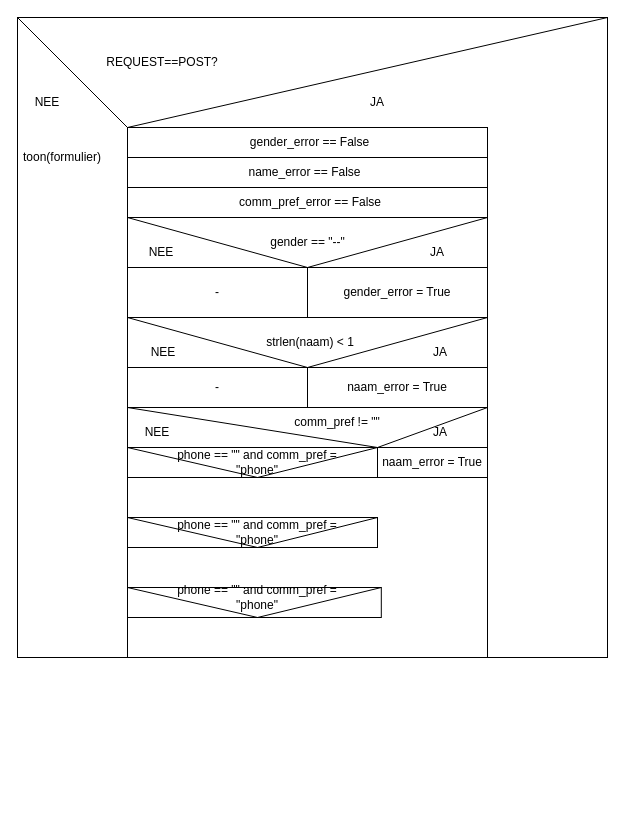
Earlier version of the draw.io diagram formpsd.drawio (JeroenHeemskerk/educom-webshop-basis-1712050575). Source tidied: cells renumbered, new cells numbered last; positions are measured from the earlier drawing's top-left corner, leaving out a move shared by most shapes. Both pictures are drawn from the tidied source at 100%, with x=0, y=0 at pixel (17, 17).
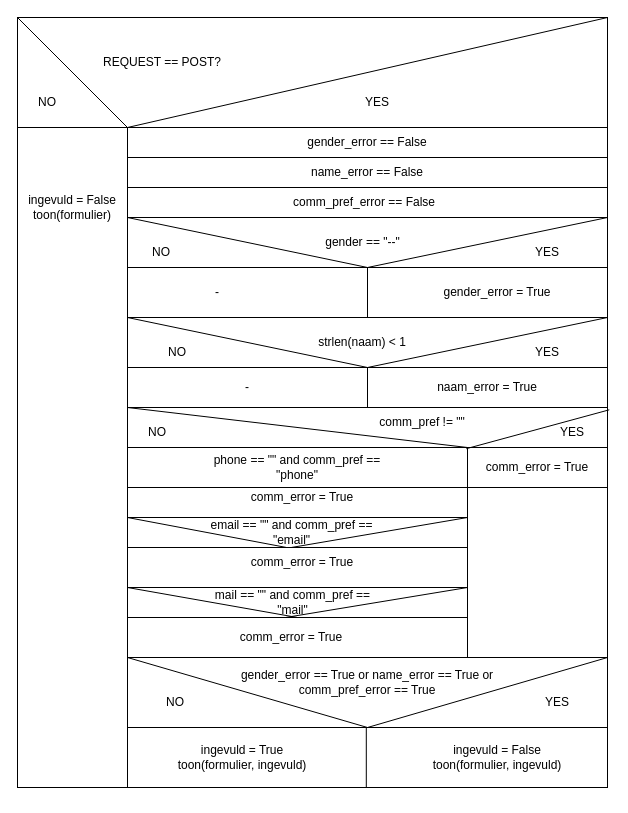
Above is the later version.

Commit message:
03: opdr 1.3A 04; psd eerste versie

Unchanged cells that the change refers to:
```xml
<mxCell id="2" style="rounded=0;whiteSpace=wrap;html=1;" parent="1" vertex="1">
  <mxGeometry width="590" height="640" as="geometry" />
</mxCell>
```

Diff of the diagram source:
```diff
@@
-    <mxCell id="4" value="REQUEST==POST?" style="text;html=1;strokeColor=none;fillColor=none;align=center;verticalAlign=middle;whiteSpace=wrap;rounded=0;" parent="1" vertex="1">
+    <mxCell id="4" value="REQUEST == POST?" style="text;html=1;strokeColor=none;fillColor=none;align=center;verticalAlign=middle;whiteSpace=wrap;rounded=0;" parent="1" vertex="1">
       <mxGeometry x="50" y="30" width="190" height="30" as="geometry" />
     </mxCell>
-    <mxCell id="5" value="toon(formulier)" style="text;html=1;strokeColor=none;fillColor=none;align=center;verticalAlign=middle;whiteSpace=wrap;rounded=0;" parent="1" vertex="1">
-      <mxGeometry x="10" y="120" width="70" height="40" as="geometry" />
-    </mxCell>
-    <mxCell id="6" value="NEE" style="text;html=1;strokeColor=none;fillColor=none;align=center;verticalAlign=middle;whiteSpace=wrap;rounded=0;" parent="1" vertex="1">
+    <mxCell id="6" value="NO" style="text;html=1;strokeColor=none;fillColor=none;align=center;verticalAlign=middle;whiteSpace=wrap;rounded=0;" parent="1" vertex="1">
       <mxGeometry y="70" width="60" height="30" as="geometry" />
     </mxCell>
-    <mxCell id="7" value="JA" style="text;html=1;strokeColor=none;fillColor=none;align=center;verticalAlign=middle;whiteSpace=wrap;rounded=0;" parent="1" vertex="1">
+    <mxCell id="7" value="YES" style="text;html=1;strokeColor=none;fillColor=none;align=center;verticalAlign=middle;whiteSpace=wrap;rounded=0;" parent="1" vertex="1">
       <mxGeometry x="330" y="70" width="60" height="30" as="geometry" />
     </mxCell>
-    <mxCell id="8" style="rounded=0;whiteSpace=wrap;html=1;" parent="1" vertex="1">
-      <mxGeometry x="110" y="110" width="360" height="530" as="geometry" />
-    </mxCell>
     <mxCell id="9" style="rounded=0;whiteSpace=wrap;html=1;" parent="1" vertex="1">
-      <mxGeometry x="110" y="110" width="360" height="30" as="geometry" />
+      <mxGeometry x="110" y="110" width="480" height="30" as="geometry" />
     </mxCell>
     <mxCell id="10" value="gender_error == False" style="text;html=1;strokeColor=none;fillColor=none;align=center;verticalAlign=middle;whiteSpace=wrap;rounded=0;" parent="1" vertex="1">
-      <mxGeometry x="115" y="110" width="355" height="30" as="geometry" />
+      <mxGeometry x="110" y="110" width="480" height="30" as="geometry" />
     </mxCell>
     <mxCell id="11" style="rounded=0;whiteSpace=wrap;html=1;" parent="1" vertex="1">
-      <mxGeometry x="110" y="140" width="360" height="30" as="geometry" />
+      <mxGeometry x="110" y="140" width="480" height="30" as="geometry" />
     </mxCell>
-    <mxCell id="12" style="rounded=0;whiteSpace=wrap;html=1;" parent="1" vertex="1">
-      <mxGeometry x="110" y="170" width="360" height="30" as="geometry" />
-    </mxCell>
     <mxCell id="13" value="comm_pref_error == False" style="text;html=1;strokeColor=none;fillColor=none;align=center;verticalAlign=middle;whiteSpace=wrap;rounded=0;" parent="1" vertex="1">
-      <mxGeometry x="113.8" y="170" width="357.5" height="30" as="geometry" />
+      <mxGeometry x="203.8" y="170" width="286.2" height="30" as="geometry" />
     </mxCell>
     <mxCell id="14" value="name_error == False" style="text;html=1;strokeColor=none;fillColor=none;align=center;verticalAlign=middle;whiteSpace=wrap;rounded=0;" parent="1" vertex="1">
-      <mxGeometry x="110" y="140" width="355" height="30" as="geometry" />
+      <mxGeometry x="210" y="140" width="280" height="30" as="geometry" />
     </mxCell>
     <mxCell id="15" style="rounded=0;whiteSpace=wrap;html=1;" parent="1" vertex="1">
-      <mxGeometry x="110" y="200" width="360" height="50" as="geometry" />
+      <mxGeometry x="110" y="200" width="480" height="50" as="geometry" />
     </mxCell>
@@
     <mxCell id="18" value="gender == &quot;--&quot;" style="text;html=1;strokeColor=none;fillColor=none;align=center;verticalAlign=middle;whiteSpace=wrap;rounded=0;" parent="1" vertex="1">
-      <mxGeometry x="247.5" y="210" width="85" height="30" as="geometry" />
+      <mxGeometry x="302.5" y="210" width="85" height="30" as="geometry" />
     </mxCell>
-    <mxCell id="19" value="NEE" style="text;html=1;strokeColor=none;fillColor=none;align=center;verticalAlign=middle;whiteSpace=wrap;rounded=0;" parent="1" vertex="1">
+    <mxCell id="19" value="NO" style="text;html=1;strokeColor=none;fillColor=none;align=center;verticalAlign=middle;whiteSpace=wrap;rounded=0;" parent="1" vertex="1">
       <mxGeometry x="113.8" y="220" width="60" height="30" as="geometry" />
     </mxCell>
-    <mxCell id="20" value="JA" style="text;html=1;strokeColor=none;fillColor=none;align=center;verticalAlign=middle;whiteSpace=wrap;rounded=0;" parent="1" vertex="1">
-      <mxGeometry x="390" y="220" width="60" height="30" as="geometry" />
+    <mxCell id="20" value="YES" style="text;html=1;strokeColor=none;fillColor=none;align=center;verticalAlign=middle;whiteSpace=wrap;rounded=0;" parent="1" vertex="1">
+      <mxGeometry x="500" y="220" width="60" height="30" as="geometry" />
     </mxCell>
     <mxCell id="21" style="rounded=0;whiteSpace=wrap;html=1;" parent="1" vertex="1">
-      <mxGeometry x="110" y="300" width="360" height="50" as="geometry" />
+      <mxGeometry x="110" y="300" width="480" height="50" as="geometry" />
     </mxCell>
@@
     <mxCell id="24" value="strlen(naam) &amp;lt; 1" style="text;html=1;strokeColor=none;fillColor=none;align=center;verticalAlign=middle;whiteSpace=wrap;rounded=0;" parent="1" vertex="1">
-      <mxGeometry x="247.5" y="310" width="90" height="30" as="geometry" />
+      <mxGeometry x="300" y="310" width="90" height="30" as="geometry" />
     </mxCell>
-    <mxCell id="25" value="NEE" style="text;html=1;strokeColor=none;fillColor=none;align=center;verticalAlign=middle;whiteSpace=wrap;rounded=0;" parent="1" vertex="1">
-      <mxGeometry x="116.2" y="320" width="60" height="30" as="geometry" />
+    <mxCell id="25" value="NO" style="text;html=1;strokeColor=none;fillColor=none;align=center;verticalAlign=middle;whiteSpace=wrap;rounded=0;" parent="1" vertex="1">
+      <mxGeometry x="130" y="320" width="60" height="30" as="geometry" />
     </mxCell>
-    <mxCell id="26" value="JA" style="text;html=1;strokeColor=none;fillColor=none;align=center;verticalAlign=middle;whiteSpace=wrap;rounded=0;" parent="1" vertex="1">
-      <mxGeometry x="392.5" y="320" width="60" height="30" as="geometry" />
+    <mxCell id="26" value="YES" style="text;html=1;strokeColor=none;fillColor=none;align=center;verticalAlign=middle;whiteSpace=wrap;rounded=0;" parent="1" vertex="1">
+      <mxGeometry x="500" y="320" width="60" height="30" as="geometry" />
     </mxCell>
     <mxCell id="27" style="rounded=0;whiteSpace=wrap;html=1;" parent="1" vertex="1">
-      <mxGeometry x="110" y="250" width="180" height="50" as="geometry" />
+      <mxGeometry x="110" y="250" width="240" height="50" as="geometry" />
     </mxCell>
@@
     <mxCell id="29" value="gender_error = True" style="text;html=1;strokeColor=none;fillColor=none;align=center;verticalAlign=middle;whiteSpace=wrap;rounded=0;" parent="1" vertex="1">
-      <mxGeometry x="320" y="260" width="120" height="30" as="geometry" />
+      <mxGeometry x="420" y="260" width="120" height="30" as="geometry" />
     </mxCell>
     <mxCell id="30" value="-" style="rounded=0;whiteSpace=wrap;html=1;" parent="1" vertex="1">
-      <mxGeometry x="110" y="350" width="180" height="40" as="geometry" />
+      <mxGeometry x="110" y="350" width="240" height="40" as="geometry" />
     </mxCell>
     <mxCell id="31" style="rounded=0;whiteSpace=wrap;html=1;" parent="1" vertex="1">
-      <mxGeometry x="290" y="350" width="180" height="40" as="geometry" />
+      <mxGeometry x="350" y="350" width="240" height="40" as="geometry" />
     </mxCell>
     <mxCell id="32" value="naam_error = True" style="text;html=1;strokeColor=none;fillColor=none;align=center;verticalAlign=middle;whiteSpace=wrap;rounded=0;" parent="1" vertex="1">
-      <mxGeometry x="320" y="355" width="120" height="30" as="geometry" />
+      <mxGeometry x="410" y="355" width="120" height="30" as="geometry" />
     </mxCell>
     <mxCell id="33" value="comm_pref != &quot;&quot;" style="text;html=1;strokeColor=none;fillColor=none;align=center;verticalAlign=middle;whiteSpace=wrap;rounded=0;" parent="1" vertex="1">
-      <mxGeometry x="275" y="390" width="90" height="30" as="geometry" />
+      <mxGeometry x="360" y="390" width="90" height="30" as="geometry" />
     </mxCell>
-    <mxCell id="34" value="NEE" style="text;html=1;strokeColor=none;fillColor=none;align=center;verticalAlign=middle;whiteSpace=wrap;rounded=0;" parent="1" vertex="1">
+    <mxCell id="34" value="NO" style="text;html=1;strokeColor=none;fillColor=none;align=center;verticalAlign=middle;whiteSpace=wrap;rounded=0;" parent="1" vertex="1">
       <mxGeometry x="110" y="400" width="60" height="30" as="geometry" />
     </mxCell>
-    <mxCell id="35" value="JA" style="text;html=1;strokeColor=none;fillColor=none;align=center;verticalAlign=middle;whiteSpace=wrap;rounded=0;" parent="1" vertex="1">
-      <mxGeometry x="392.5" y="400" width="60" height="30" as="geometry" />
+    <mxCell id="35" value="YES" style="text;html=1;strokeColor=none;fillColor=none;align=center;verticalAlign=middle;whiteSpace=wrap;rounded=0;" parent="1" vertex="1">
+      <mxGeometry x="525" y="400" width="60" height="30" as="geometry" />
     </mxCell>
@@
     <mxCell id="37" style="rounded=0;whiteSpace=wrap;html=1;" parent="1" vertex="1">
-      <mxGeometry x="360" y="430" width="110" height="30" as="geometry" />
+      <mxGeometry x="450" y="430" width="140" height="40" as="geometry" />
     </mxCell>
-    <mxCell id="38" value="naam_error = True" style="text;html=1;strokeColor=none;fillColor=none;align=center;verticalAlign=middle;whiteSpace=wrap;rounded=0;" parent="1" vertex="1">
-      <mxGeometry x="360" y="430" width="110" height="30" as="geometry" />
-    </mxCell>
-    <mxCell id="39" style="endArrow=none;html=1;rounded=0;entryX=0;entryY=0;entryDx=0;entryDy=0;exitX=1;exitY=1;exitDx=0;exitDy=0;" parent="1" edge="1" source="31" target="38">
-      <mxGeometry relative="1" as="geometry" />
-    </mxCell>
-    <mxCell id="40" style="endArrow=none;html=1;rounded=0;entryX=0;entryY=0;entryDx=0;entryDy=0;exitX=0;exitY=1;exitDx=0;exitDy=0;" parent="1" edge="1" source="30" target="38">
-      <mxGeometry relative="1" as="geometry" />
-    </mxCell>
     <mxCell id="41" style="rounded=0;whiteSpace=wrap;html=1;" parent="1" vertex="1">
-      <mxGeometry x="110" y="430" width="250" height="30" as="geometry" />
+      <mxGeometry x="110" y="430" width="340" height="40" as="geometry" />
     </mxCell>
-    <mxCell id="42" value="phone == &quot;&quot; and comm_pref = &quot;phone&quot;" style="text;html=1;strokeColor=none;fillColor=none;align=center;verticalAlign=middle;whiteSpace=wrap;rounded=0;" parent="1" vertex="1">
-      <mxGeometry x="140" y="430" width="200" height="30" as="geometry" />
+    <mxCell id="42" value="phone == &quot;&quot; and comm_pref == &quot;phone&quot;" style="text;html=1;strokeColor=none;fillColor=none;align=center;verticalAlign=middle;whiteSpace=wrap;rounded=0;" parent="1" vertex="1">
+      <mxGeometry x="180" y="435" width="200" height="30" as="geometry" />
     </mxCell>
-    <mxCell id="43" style="endArrow=none;html=1;rounded=0;entryX=0.5;entryY=1;entryDx=0;entryDy=0;exitX=0;exitY=0;exitDx=0;exitDy=0;" parent="1" edge="1" source="41" target="42">
-      <mxGeometry relative="1" as="geometry" />
-    </mxCell>
-    <mxCell id="44" style="endArrow=none;html=1;rounded=0;entryX=1;entryY=0;entryDx=0;entryDy=0;exitX=0.5;exitY=1;exitDx=0;exitDy=0;" parent="1" edge="1" source="42" target="41">
-      <mxGeometry relative="1" as="geometry" />
-    </mxCell>
     <mxCell id="45" style="rounded=0;whiteSpace=wrap;html=1;" parent="1" vertex="1">
-      <mxGeometry x="110" y="500" width="250" height="30" as="geometry" />
+      <mxGeometry x="110" y="500" width="340" height="30" as="geometry" />
     </mxCell>
-    <mxCell id="46" value="phone == &quot;&quot; and comm_pref = &quot;phone&quot;" style="text;html=1;strokeColor=none;fillColor=none;align=center;verticalAlign=middle;whiteSpace=wrap;rounded=0;" parent="1" vertex="1">
-      <mxGeometry x="140" y="500" width="200" height="30" as="geometry" />
+    <mxCell id="46" value="email == &quot;&quot; and comm_pref == &quot;email&quot;" style="text;html=1;strokeColor=none;fillColor=none;align=center;verticalAlign=middle;whiteSpace=wrap;rounded=0;" parent="1" vertex="1">
+      <mxGeometry x="187.5" y="500" width="172.5" height="30" as="geometry" />
     </mxCell>
-    <mxCell id="47" style="endArrow=none;html=1;rounded=0;exitX=0;exitY=0;exitDx=0;exitDy=0;" parent="1" edge="1" source="45">
-      <mxGeometry relative="1" as="geometry">
-        <mxPoint x="240" y="530" as="targetPoint" />
-      </mxGeometry>
+    <mxCell id="47" style="endArrow=none;html=1;rounded=0;exitX=0;exitY=0;exitDx=0;exitDy=0;entryX=0.473;entryY=1;entryDx=0;entryDy=0;entryPerimeter=0;" parent="1" edge="1" source="45" target="46">
+      <mxGeometry relative="1" as="geometry" />
     </mxCell>
     <mxCell id="48" style="rounded=0;whiteSpace=wrap;html=1;" parent="1" vertex="1">
-      <mxGeometry x="110" y="570" width="253.8" height="30" as="geometry" />
+      <mxGeometry x="110" y="570" width="340" height="30" as="geometry" />
     </mxCell>
-    <mxCell id="49" value="phone == &quot;&quot; and comm_pref = &quot;phone&quot;" style="text;html=1;strokeColor=none;fillColor=none;align=center;verticalAlign=middle;whiteSpace=wrap;rounded=0;" parent="1" vertex="1">
-      <mxGeometry x="140" y="560" width="200" height="40" as="geometry" />
+    <mxCell id="49" value="mail == &quot;&quot; and comm_pref == &quot;mail&quot;" style="text;html=1;strokeColor=none;fillColor=none;align=center;verticalAlign=middle;whiteSpace=wrap;rounded=0;" parent="1" vertex="1">
+      <mxGeometry x="193" y="565" width="165" height="40" as="geometry" />
     </mxCell>
-    <mxCell id="50" style="endArrow=none;html=1;rounded=0;entryX=0.5;entryY=1;entryDx=0;entryDy=0;exitX=0;exitY=0;exitDx=0;exitDy=0;" parent="1" edge="1" source="48" target="49">
-      <mxGeometry relative="1" as="geometry" />
+    <mxCell id="50" style="endArrow=none;html=1;rounded=0;exitX=0;exitY=0;exitDx=0;exitDy=0;" parent="1" edge="1" source="48">
+      <mxGeometry relative="1" as="geometry">
+        <mxPoint x="280" y="600" as="targetPoint" />
+      </mxGeometry>
     </mxCell>
-    <mxCell id="51" style="endArrow=none;html=1;rounded=0;entryX=1;entryY=0;entryDx=0;entryDy=0;" parent="1" edge="1" target="45">
-      <mxGeometry relative="1" as="geometry">
-        <mxPoint x="240" y="530" as="sourcePoint" />
-      </mxGeometry>
+    <mxCell id="51" style="endArrow=none;html=1;rounded=0;entryX=1;entryY=0;entryDx=0;entryDy=0;exitX=0.5;exitY=1;exitDx=0;exitDy=0;" parent="1" edge="1" source="46" target="45">
+      <mxGeometry relative="1" as="geometry" />
     </mxCell>
-    <mxCell id="52" style="endArrow=none;html=1;rounded=0;entryX=1;entryY=0;entryDx=0;entryDy=0;exitX=0.5;exitY=1;exitDx=0;exitDy=0;" parent="1" edge="1" source="49" target="48">
-      <mxGeometry relative="1" as="geometry" />
+    <mxCell id="52" style="endArrow=none;html=1;rounded=0;entryX=1;entryY=0;entryDx=0;entryDy=0;" parent="1" edge="1" target="48">
+      <mxGeometry relative="1" as="geometry">
+        <mxPoint x="268" y="600" as="sourcePoint" />
+      </mxGeometry>
     </mxCell>
+    <mxCell id="53" style="edgeStyle=none;rounded=0;html=1;exitX=0.5;exitY=1;exitDx=0;exitDy=0;" parent="1" edge="1" source="54">
+      <mxGeometry relative="1" as="geometry">
+        <mxPoint x="55" y="710" as="targetPoint" />
+      </mxGeometry>
+    </mxCell>
+    <mxCell id="54" style="rounded=0;whiteSpace=wrap;html=1;" parent="1" vertex="1">
+      <mxGeometry y="110" width="110" height="660" as="geometry" />
+    </mxCell>
+    <mxCell id="5" value="ingevuld = False&lt;br&gt;toon(formulier)" style="text;html=1;strokeColor=none;fillColor=none;align=center;verticalAlign=middle;whiteSpace=wrap;rounded=0;" parent="1" vertex="1">
+      <mxGeometry x="5" y="170" width="100" height="40" as="geometry" />
+    </mxCell>
+    <mxCell id="55" style="endArrow=none;html=1;rounded=0;entryX=1;entryY=0;entryDx=0;entryDy=0;exitX=0;exitY=1;exitDx=0;exitDy=0;" parent="1" edge="1" source="30" target="41">
+      <mxGeometry relative="1" as="geometry" />
+    </mxCell>
+    <mxCell id="56" style="endArrow=none;html=1;rounded=0;entryX=1.003;entryY=0.613;entryDx=0;entryDy=0;entryPerimeter=0;exitX=0.115;exitY=0.04;exitDx=0;exitDy=0;exitPerimeter=0;" parent="1" edge="1" target="2">
+      <mxGeometry relative="1" as="geometry">
+        <mxPoint x="448.8" y="431.2" as="sourcePoint" />
+      </mxGeometry>
+    </mxCell>
+    <mxCell id="57" style="rounded=0;whiteSpace=wrap;html=1;" parent="1" vertex="1">
+      <mxGeometry x="450" y="470" width="140" height="170" as="geometry" />
+    </mxCell>
+    <mxCell id="58" value="comm_error = True" style="text;html=1;strokeColor=none;fillColor=none;align=center;verticalAlign=middle;whiteSpace=wrap;rounded=0;" parent="1" vertex="1">
+      <mxGeometry x="455" y="435" width="130" height="30" as="geometry" />
+    </mxCell>
+    <mxCell id="59" value="comm_error = True" style="text;html=1;strokeColor=none;fillColor=none;align=center;verticalAlign=middle;whiteSpace=wrap;rounded=0;" parent="1" vertex="1">
+      <mxGeometry x="210" y="465" width="150" height="30" as="geometry" />
+    </mxCell>
+    <mxCell id="60" value="comm_error = True" style="text;html=1;strokeColor=none;fillColor=none;align=center;verticalAlign=middle;whiteSpace=wrap;rounded=0;" parent="1" vertex="1">
+      <mxGeometry x="210" y="530" width="150" height="30" as="geometry" />
+    </mxCell>
+    <mxCell id="61" value="comm_error = True" style="text;html=1;strokeColor=none;fillColor=none;align=center;verticalAlign=middle;whiteSpace=wrap;rounded=0;" parent="1" vertex="1">
+      <mxGeometry x="198.8" y="605" width="150" height="30" as="geometry" />
+    </mxCell>
+    <mxCell id="62" style="rounded=0;whiteSpace=wrap;html=1;" parent="1" vertex="1">
+      <mxGeometry x="110" y="640" width="480" height="70" as="geometry" />
+    </mxCell>
+    <mxCell id="63" value="gender_error == True or name_error == True or comm_pref_error == True" style="text;html=1;strokeColor=none;fillColor=none;align=center;verticalAlign=middle;whiteSpace=wrap;rounded=0;" parent="1" vertex="1">
+      <mxGeometry x="190" y="650" width="320" height="30" as="geometry" />
+    </mxCell>
+    <mxCell id="64" style="endArrow=none;html=1;rounded=0;entryX=0;entryY=0;entryDx=0;entryDy=0;exitX=0.5;exitY=1;exitDx=0;exitDy=0;" parent="1" edge="1" source="62" target="62">
+      <mxGeometry relative="1" as="geometry" />
+    </mxCell>
+    <mxCell id="65" style="endArrow=none;html=1;rounded=0;exitX=0.5;exitY=1;exitDx=0;exitDy=0;entryX=1;entryY=0;entryDx=0;entryDy=0;" parent="1" edge="1" source="62" target="62">
+      <mxGeometry relative="1" as="geometry" />
+    </mxCell>
+    <mxCell id="66" value="NO" style="text;html=1;strokeColor=none;fillColor=none;align=center;verticalAlign=middle;whiteSpace=wrap;rounded=0;" parent="1" vertex="1">
+      <mxGeometry x="127.5" y="670" width="60" height="30" as="geometry" />
+    </mxCell>
+    <mxCell id="67" value="YES" style="text;html=1;strokeColor=none;fillColor=none;align=center;verticalAlign=middle;whiteSpace=wrap;rounded=0;" parent="1" vertex="1">
+      <mxGeometry x="510" y="670" width="60" height="30" as="geometry" />
+    </mxCell>
+    <mxCell id="68" style="rounded=0;whiteSpace=wrap;html=1;" parent="1" vertex="1">
+      <mxGeometry x="110" y="710" width="240" height="60" as="geometry" />
+    </mxCell>
+    <mxCell id="69" style="rounded=0;whiteSpace=wrap;html=1;" parent="1" vertex="1">
+      <mxGeometry x="348.8" y="710" width="241.2" height="60" as="geometry" />
+    </mxCell>
+    <mxCell id="70" value="ingevuld = False&lt;br&gt;toon(formulier, ingevuld)" style="text;html=1;strokeColor=none;fillColor=none;align=center;verticalAlign=middle;whiteSpace=wrap;rounded=0;" parent="1" vertex="1">
+      <mxGeometry x="410" y="725" width="140" height="30" as="geometry" />
+    </mxCell>
+    <mxCell id="71" value="ingevuld = True&lt;br&gt;toon(formulier, ingevuld)" style="text;html=1;strokeColor=none;fillColor=none;align=center;verticalAlign=middle;whiteSpace=wrap;rounded=0;" parent="1" vertex="1">
+      <mxGeometry x="140" y="725" width="170" height="30" as="geometry" />
+    </mxCell>
```
